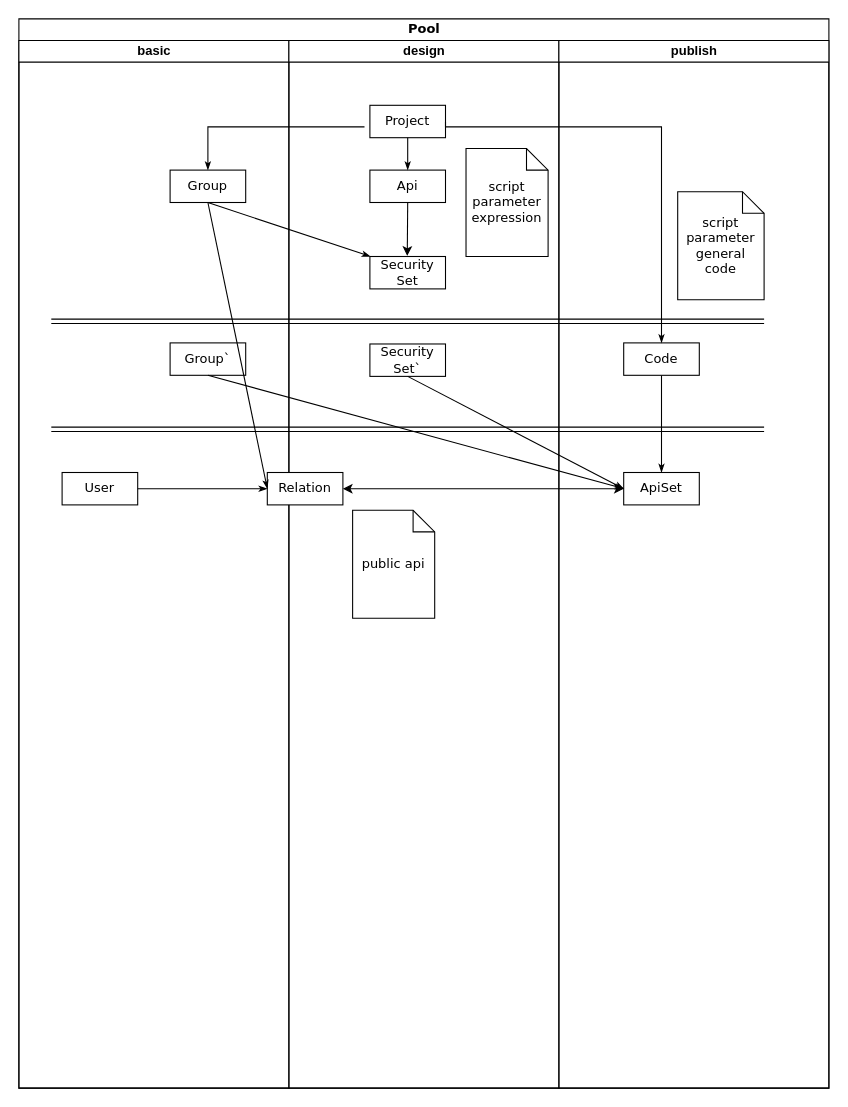
Above: Report Diagram.drawio in JohnXu/JohnDiagrams (draw.io), before the change. Source tidied: cells renumbered, new cells numbered last; positions are measured from the earlier drawing's top-left corner, leaving out a move shared by most shapes. Both pictures are drawn from the tidied source at 108%, with x=0, y=0 at pixel (18, 18).
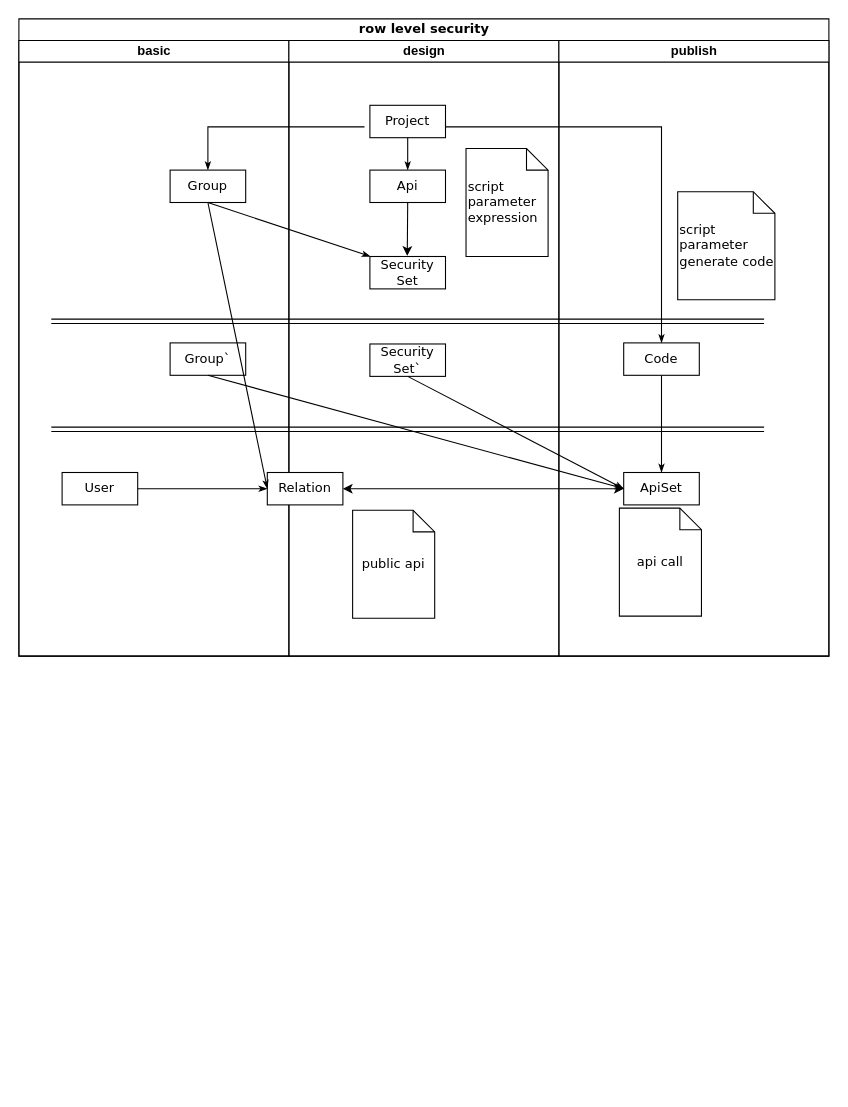
The same diagram, later.

Diff of the diagram source:
```diff
@@
-    <mxCell id="2" value="Pool" style="swimlane;html=1;startSize=20;rounded=0;shadow=0;comic=0;labelBackgroundColor=none;strokeWidth=1;fontFamily=Verdana;fontSize=12;align=center;" parent="1" vertex="1">
-      <mxGeometry width="750" height="990" as="geometry" />
+    <mxCell id="2" value="row level security" style="swimlane;html=1;startSize=20;rounded=0;shadow=0;comic=0;labelBackgroundColor=none;strokeWidth=1;fontFamily=Verdana;fontSize=12;align=center;" parent="1" vertex="1">
+      <mxGeometry width="750" height="590" as="geometry" />
     </mxCell>
     <mxCell id="3" value="basic" style="swimlane;html=1;startSize=20;" parent="2" vertex="1">
-      <mxGeometry y="20" width="250" height="970" as="geometry" />
+      <mxGeometry y="20" width="250" height="570" as="geometry" />
     </mxCell>
@@
     <mxCell id="11" value="design" style="swimlane;html=1;startSize=20;shadow=0;" parent="2" vertex="1">
-      <mxGeometry x="250" y="20" width="250" height="970" as="geometry" />
+      <mxGeometry x="250" y="20" width="250" height="570" as="geometry" />
     </mxCell>
@@
-    <mxCell id="19" value="script&lt;br&gt;parameter&lt;br&gt;expression" style="shape=note;whiteSpace=wrap;html=1;rounded=0;shadow=0;comic=0;labelBackgroundColor=none;strokeWidth=1;fontFamily=Verdana;fontSize=12;align=center;size=20;" parent="11" vertex="1">
+    <mxCell id="19" value="script&lt;br&gt;parameter&lt;br&gt;expression" style="shape=note;whiteSpace=wrap;html=1;rounded=0;shadow=0;comic=0;labelBackgroundColor=none;strokeWidth=1;fontFamily=Verdana;fontSize=12;align=left;size=20;" parent="11" vertex="1">
       <mxGeometry x="164" y="100" width="76" height="100" as="geometry" />
     </mxCell>
@@
     <mxCell id="21" value="publish" style="swimlane;html=1;startSize=20;" parent="2" vertex="1">
-      <mxGeometry x="500" y="20" width="250" height="970" as="geometry" />
+      <mxGeometry x="500" y="20" width="250" height="570" as="geometry" />
     </mxCell>
@@
-    <mxCell id="25" value="script&lt;br&gt;parameter&lt;br&gt;general code" style="shape=note;whiteSpace=wrap;html=1;rounded=0;shadow=0;comic=0;labelBackgroundColor=none;strokeWidth=1;fontFamily=Verdana;fontSize=12;align=center;size=20;" parent="21" vertex="1">
-      <mxGeometry x="110" y="140" width="80" height="100" as="geometry" />
+    <mxCell id="25" value="script&lt;br&gt;parameter&lt;br&gt;generate code" style="shape=note;whiteSpace=wrap;html=1;rounded=0;shadow=0;comic=0;labelBackgroundColor=none;strokeWidth=1;fontFamily=Verdana;fontSize=12;align=left;size=20;" parent="21" vertex="1">
+      <mxGeometry x="110" y="140" width="90" height="100" as="geometry" />
     </mxCell>
+    <mxCell id="32" value="api call" style="shape=note;whiteSpace=wrap;html=1;rounded=0;shadow=0;comic=0;labelBackgroundColor=none;strokeWidth=1;fontFamily=Verdana;fontSize=12;align=center;size=20;" parent="21" vertex="1">
+      <mxGeometry x="56" y="433" width="76" height="100" as="geometry" />
+    </mxCell>
```
